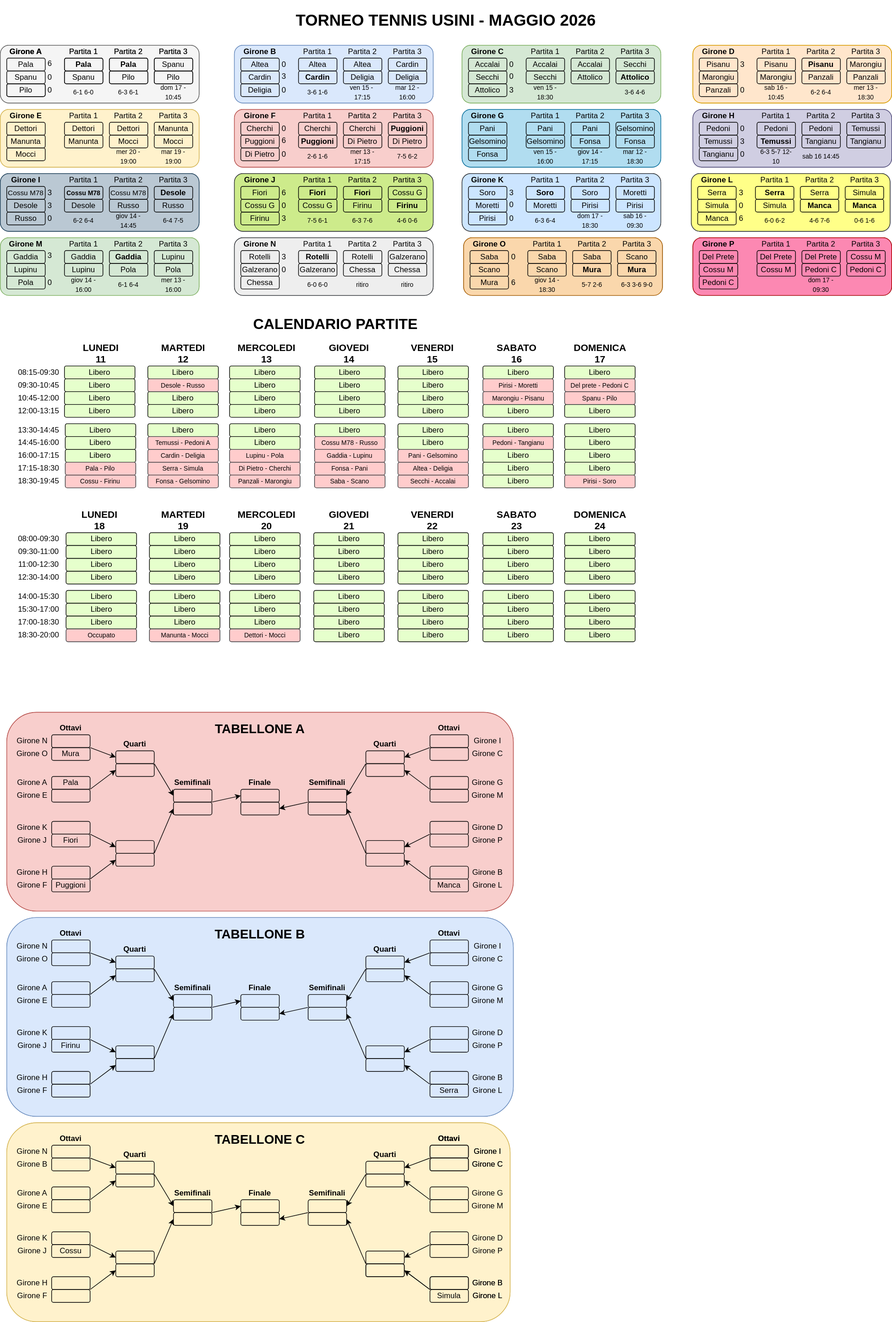
Above: torneo-tennis-2026/tabellone.drawio.svg in cscalaresu/tornei (draw.io), before the change. Source tidied: cells renumbered, new cells last; positions are measured from the earlier drawing's top-left corner, leaving out a move shared by most shapes.
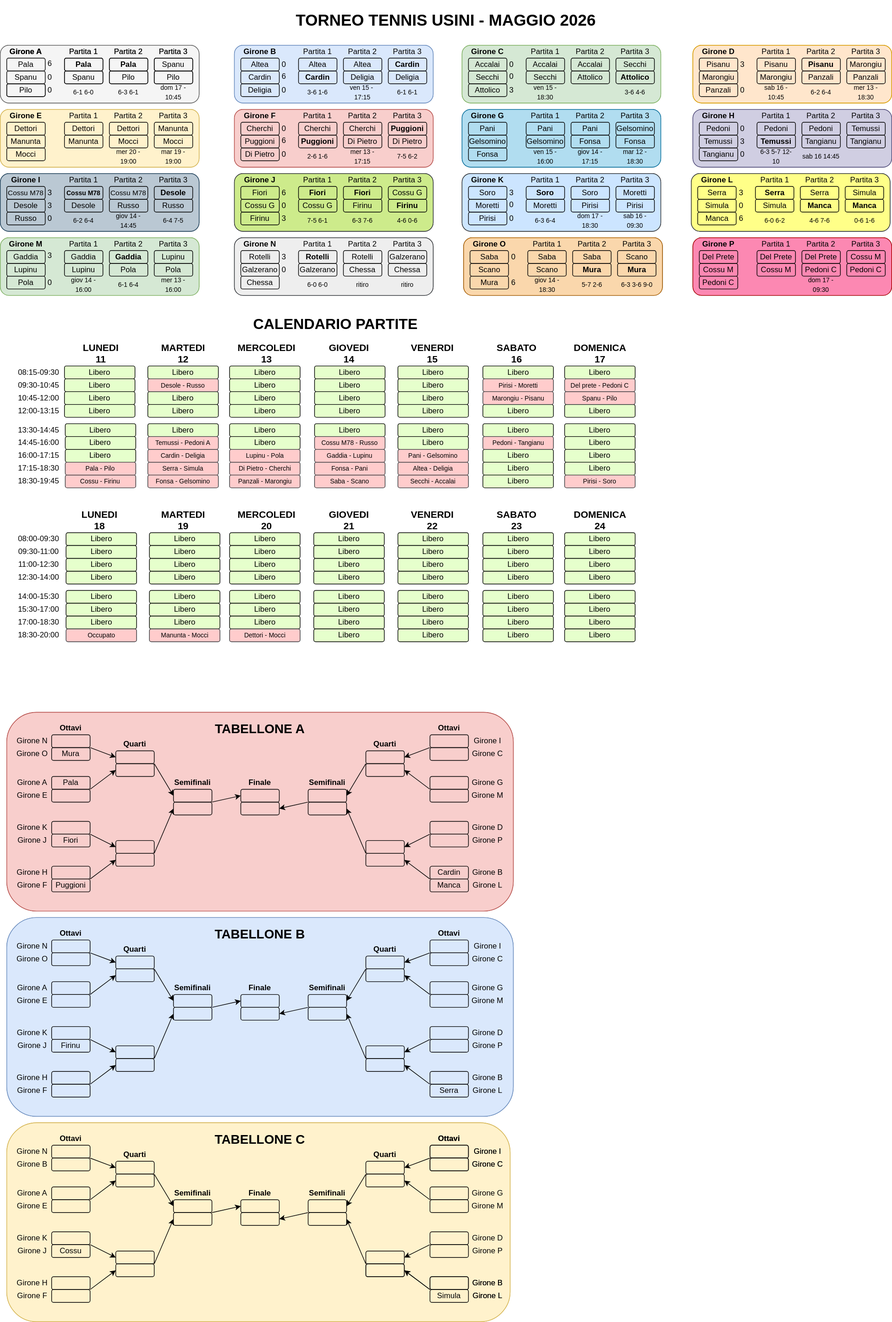
After the commit.

What changed in the source:
```diff
@@ -560,7 +560,7 @@
     <mxCell id="187" value="Cardin" style="rounded=1;whiteSpace=wrap;html=1;fillColor=none;fontStyle=1;" parent="1" vertex="1">
       <mxGeometry x="465" y="110" width="60" height="20" as="geometry" />
     </mxCell>
-    <mxCell id="188" value="Cardin" style="rounded=1;whiteSpace=wrap;html=1;fillColor=none;" parent="1" vertex="1">
+    <mxCell id="188" value="Cardin" style="rounded=1;whiteSpace=wrap;html=1;fillColor=none;fontStyle=1;" parent="1" vertex="1">
       <mxGeometry x="605" y="90" width="60" height="20" as="geometry" />
     </mxCell>
     <mxCell id="189" value="Temussi" style="rounded=1;whiteSpace=wrap;html=1;fillColor=none;fontStyle=1;" parent="1" vertex="1">
@@ -1597,7 +1597,7 @@
     <mxCell id="530" value="&lt;font style=&quot;font-size: 12px;&quot;&gt;&lt;br&gt;&lt;/font&gt;" style="rounded=1;whiteSpace=wrap;html=1;fillColor=none;fontStyle=1;" parent="1" vertex="1">
       <mxGeometry x="670" y="1300" width="60" height="20" as="geometry" />
     </mxCell>
-    <mxCell id="531" style="rounded=1;whiteSpace=wrap;html=1;fillColor=none;" parent="1" vertex="1">
+    <mxCell id="531" value="Cardin" style="rounded=1;whiteSpace=wrap;html=1;fillColor=none;" parent="1" vertex="1">
       <mxGeometry x="670" y="1350" width="60" height="20" as="geometry" />
     </mxCell>
     <mxCell id="532" value="Manca" style="rounded=1;whiteSpace=wrap;html=1;fillColor=none;" parent="1" vertex="1">
@@ -2381,7 +2381,7 @@
     <mxCell id="789" value="&lt;font style=&quot;font-size: 10px;&quot;&gt;Cardin - Deligia&lt;/font&gt;" style="rounded=1;whiteSpace=wrap;html=1;fillColor=#ffcccc;strokeColor=#36393d;" parent="1" vertex="1">
       <mxGeometry x="230" y="700" width="110" height="20" as="geometry" />
     </mxCell>
-    <mxCell id="790" value="&lt;font style=&quot;font-size: 10px;&quot;&gt;mar 12 - 16:00&lt;/font&gt;" style="text;html=1;whiteSpace=wrap;strokeColor=none;fillColor=none;align=center;verticalAlign=middle;rounded=0;" parent="1" vertex="1">
+    <mxCell id="790" value="&lt;font style=&quot;font-size: 10px;&quot;&gt;6-1 6-1&lt;/font&gt;" style="text;html=1;whiteSpace=wrap;strokeColor=none;fillColor=none;align=center;verticalAlign=middle;rounded=0;" parent="1" vertex="1">
       <mxGeometry x="605" y="130" width="60" height="25" as="geometry" />
     </mxCell>
     <mxCell id="791" value="3" style="text;html=1;whiteSpace=wrap;strokeColor=none;fillColor=none;align=center;verticalAlign=middle;rounded=0;" parent="1" vertex="1">
@@ -2501,7 +2501,7 @@
     <mxCell id="829" value="0" style="text;html=1;whiteSpace=wrap;strokeColor=none;fillColor=none;align=center;verticalAlign=middle;rounded=0;" parent="1" vertex="1">
       <mxGeometry x="790" y="87.5" width="15" height="25" as="geometry" />
     </mxCell>
-    <mxCell id="830" value="3" style="text;html=1;whiteSpace=wrap;strokeColor=none;fillColor=none;align=center;verticalAlign=middle;rounded=0;" parent="1" vertex="1">
+    <mxCell id="830" value="6" style="text;html=1;whiteSpace=wrap;strokeColor=none;fillColor=none;align=center;verticalAlign=middle;rounded=0;" parent="1" vertex="1">
       <mxGeometry x="435" y="107.5" width="15" height="22.5" as="geometry" />
     </mxCell>
     <mxCell id="831" value="0" style="text;html=1;whiteSpace=wrap;strokeColor=none;fillColor=none;align=center;verticalAlign=middle;rounded=0;" parent="1" vertex="1">
```
